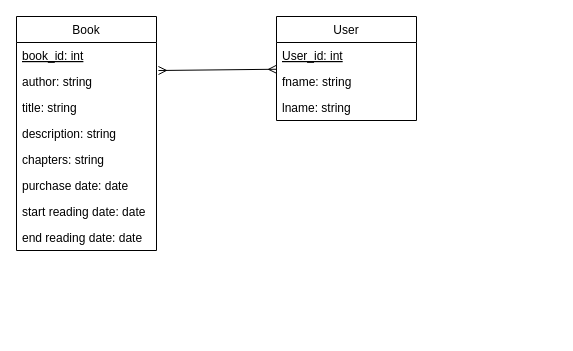
The draw.io diagram page "Wrong_Purchase" (4 of 5) of Gerlinde/diagrams.drawio in peru3232/Database-development--Day1, before the edit. Source tidied: cells renumbered, new cells numbered last; positions are measured from the earlier drawing's top-left corner, leaving out a move shared by most shapes. Both pictures are drawn from the tidied source at 100%, with x=0, y=0 at pixel (16, 16).
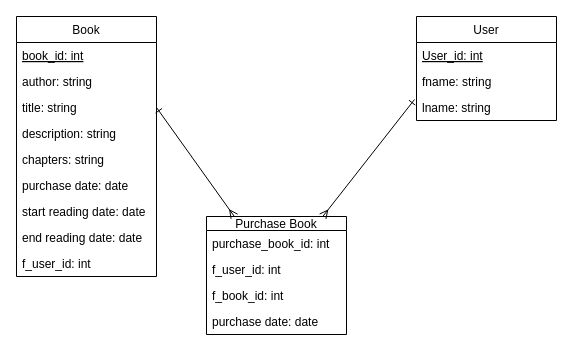
After the change.

Commit message:
Änderung Read

The change refers to these unchanged cells:
```xml
<mxCell id="4" value="author: string" style="text;strokeColor=none;fillColor=none;align=left;verticalAlign=top;spacingLeft=4;spacingRight=4;overflow=hidden;points=[[0,0.5],[1,0.5]];portConstraint=eastwest;" parent="2" vertex="1">
  <mxGeometry y="52" width="140" height="26" as="geometry" />
</mxCell>
<mxCell id="5" value="title: string" style="text;strokeColor=none;fillColor=none;align=left;verticalAlign=top;spacingLeft=4;spacingRight=4;overflow=hidden;points=[[0,0.5],[1,0.5]];portConstraint=eastwest;" parent="2" vertex="1">
  <mxGeometry y="78" width="140" height="26" as="geometry" />
</mxCell>
<mxCell id="15" value="lname: string" style="text;strokeColor=none;fillColor=none;align=left;verticalAlign=top;spacingLeft=4;spacingRight=4;overflow=hidden;points=[[0,0.5],[1,0.5]];portConstraint=eastwest;" parent="12" vertex="1">
  <mxGeometry y="78" width="140" height="26" as="geometry" />
</mxCell>
```

Change to the diagram source:
```diff
@@
     <mxCell id="2" value="Book" style="swimlane;fontStyle=0;horizontal=1;startSize=26;fillColor=none;" parent="1" vertex="1">
-      <mxGeometry width="140" height="234" as="geometry" />
+      <mxGeometry width="140" height="260" as="geometry" />
     </mxCell>
@@
-    <mxCell id="11" style="edgeStyle=none;html=1;entryX=1.014;entryY=0.077;entryDx=0;entryDy=0;entryPerimeter=0;startArrow=ERmany;startFill=0;endArrow=ERmany;endFill=0;" parent="1" edge="1" source="12" target="4">
-      <mxGeometry relative="1" as="geometry" />
-    </mxCell>
+    <mxCell id="16" value="f_user_id: int" style="text;strokeColor=none;fillColor=none;align=left;verticalAlign=top;spacingLeft=4;spacingRight=4;overflow=hidden;" parent="2" vertex="1">
+      <mxGeometry y="234" width="140" height="26" as="geometry" />
+    </mxCell>
     <mxCell id="12" value="User" style="swimlane;fontStyle=0;horizontal=1;startSize=26;fillColor=none;" parent="1" vertex="1">
-      <mxGeometry x="260" width="140" height="104" as="geometry" />
+      <mxGeometry x="400" width="140" height="104" as="geometry" />
     </mxCell>
@@
+    <mxCell id="17" style="html=1;entryX=1;entryY=0.5;entryDx=0;entryDy=0;startArrow=ERmany;startFill=0;endArrow=ERone;endFill=0;" parent="1" edge="1" source="19" target="5">
+      <mxGeometry relative="1" as="geometry" />
+    </mxCell>
+    <mxCell id="18" style="edgeStyle=none;html=1;entryX=-0.014;entryY=0.192;entryDx=0;entryDy=0;entryPerimeter=0;startArrow=ERmany;startFill=0;endArrow=ERone;endFill=0;" parent="1" edge="1" source="19" target="15">
+      <mxGeometry relative="1" as="geometry" />
+    </mxCell>
+    <mxCell id="19" value="Purchase Book" style="swimlane;fontStyle=0;horizontal=1;startSize=14;fillColor=none;" parent="1" vertex="1">
+      <mxGeometry x="190" y="200" width="140" height="118" as="geometry" />
+    </mxCell>
+    <mxCell id="20" value="purchase_book_id: int" style="text;strokeColor=none;fillColor=none;align=left;verticalAlign=top;spacingLeft=4;spacingRight=4;overflow=hidden;" parent="19" vertex="1">
+      <mxGeometry y="14" width="140" height="26" as="geometry" />
+    </mxCell>
+    <mxCell id="21" value="f_user_id: int" style="text;strokeColor=none;fillColor=none;align=left;verticalAlign=top;spacingLeft=4;spacingRight=4;overflow=hidden;" parent="19" vertex="1">
+      <mxGeometry y="40" width="140" height="26" as="geometry" />
+    </mxCell>
+    <mxCell id="22" value="f_book_id: int&#10;" style="text;strokeColor=none;fillColor=none;align=left;verticalAlign=top;spacingLeft=4;spacingRight=4;overflow=hidden;" parent="19" vertex="1">
+      <mxGeometry y="66" width="140" height="26" as="geometry" />
+    </mxCell>
+    <mxCell id="23" value="purchase date: date" style="text;strokeColor=none;fillColor=none;align=left;verticalAlign=top;spacingLeft=4;spacingRight=4;overflow=hidden;" parent="19" vertex="1">
+      <mxGeometry y="92" width="140" height="26" as="geometry" />
+    </mxCell>
```
